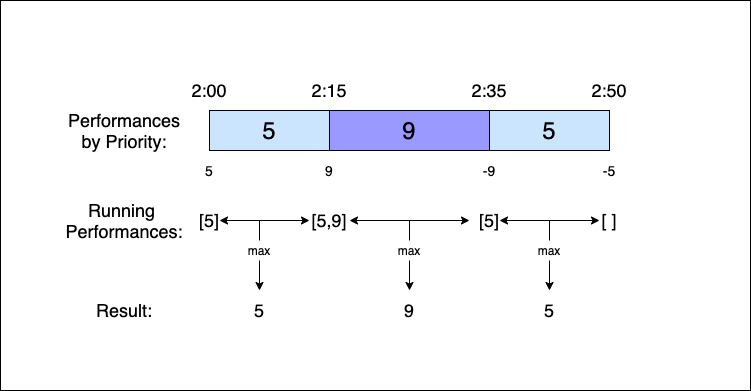
thaisonnguyenbt/tech-test keeps this draw.io diagram as backend/Skedulo-BE.png. Above is the earlier version. Source tidied: cells renumbered, new cells last; positions are measured from the earlier drawing's top-left corner, leaving out a move shared by most shapes.
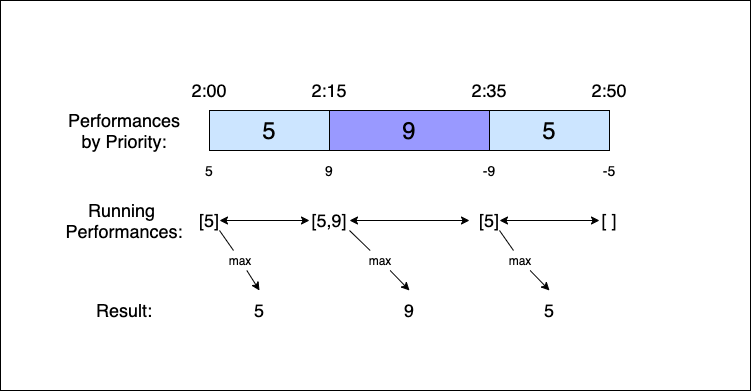
The same file after the commit.

The edit, as a diff of the source:
```diff
@@ -95,28 +95,22 @@
       <mxGeometry x="529" y="300" width="40" height="20" as="geometry" />
     </mxCell>
     <mxCell id="29" value="max" style="text;html=1;strokeColor=none;fillColor=none;align=center;verticalAlign=middle;whiteSpace=wrap;rounded=0;" parent="1" vertex="1">
-      <mxGeometry x="239" y="240" width="40" height="20" as="geometry" />
+      <mxGeometry x="220" y="250" width="40" height="20" as="geometry" />
     </mxCell>
-    <mxCell id="30" style="endArrow=none;html=1;" parent="1" edge="1" target="29">
-      <mxGeometry relative="1" as="geometry">
-        <mxPoint x="259" y="220" as="sourcePoint" />
-      </mxGeometry>
+    <mxCell id="30" style="endArrow=none;html=1;exitX=0.75;exitY=1;exitDx=0;exitDy=0;" parent="1" edge="1" source="15" target="29">
+      <mxGeometry relative="1" as="geometry" />
     </mxCell>
     <mxCell id="31" value="max" style="text;html=1;strokeColor=none;fillColor=none;align=center;verticalAlign=middle;whiteSpace=wrap;rounded=0;" parent="1" vertex="1">
-      <mxGeometry x="389" y="240" width="40" height="20" as="geometry" />
+      <mxGeometry x="360" y="250" width="40" height="20" as="geometry" />
     </mxCell>
-    <mxCell id="32" style="endArrow=none;html=1;" parent="1" edge="1" target="31">
-      <mxGeometry relative="1" as="geometry">
-        <mxPoint x="409" y="220" as="sourcePoint" />
-      </mxGeometry>
+    <mxCell id="32" style="endArrow=none;html=1;exitX=1;exitY=1;exitDx=0;exitDy=0;" parent="1" edge="1" source="16" target="31">
+      <mxGeometry relative="1" as="geometry" />
     </mxCell>
     <mxCell id="33" value="max" style="text;html=1;strokeColor=none;fillColor=none;align=center;verticalAlign=middle;whiteSpace=wrap;rounded=0;" parent="1" vertex="1">
-      <mxGeometry x="529" y="240" width="40" height="20" as="geometry" />
+      <mxGeometry x="500" y="250" width="40" height="20" as="geometry" />
     </mxCell>
-    <mxCell id="34" style="endArrow=none;html=1;" parent="1" edge="1" target="33">
-      <mxGeometry relative="1" as="geometry">
-        <mxPoint x="549" y="220" as="sourcePoint" />
-      </mxGeometry>
+    <mxCell id="34" style="endArrow=none;html=1;exitX=0.75;exitY=1;exitDx=0;exitDy=0;" parent="1" edge="1" source="21" target="33">
+      <mxGeometry relative="1" as="geometry" />
     </mxCell>
     <mxCell id="35" value="&lt;font style=&quot;font-size: 18px&quot;&gt;Performances&lt;br&gt;by Priority:&lt;/font&gt;" style="text;html=1;strokeColor=none;fillColor=none;align=center;verticalAlign=middle;whiteSpace=wrap;rounded=0;" parent="1" vertex="1">
       <mxGeometry x="59" y="120" width="130" height="20" as="geometry" />
```
